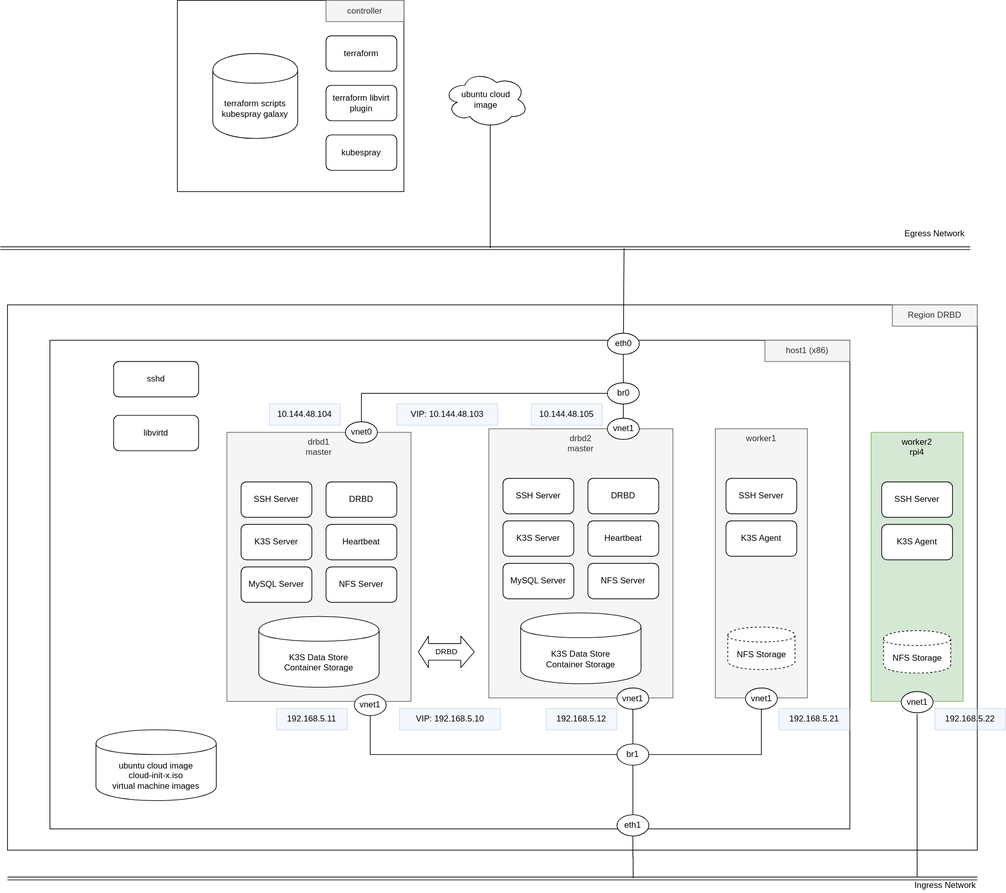
fcwu/kubenetes-learning-note keeps this draw.io diagram as terraform/assets/drbd.drawio.svg. Above is the earlier version. Source tidied: cells renumbered, new cells last; positions are measured from the earlier drawing's top-left corner, leaving out a move shared by most shapes.
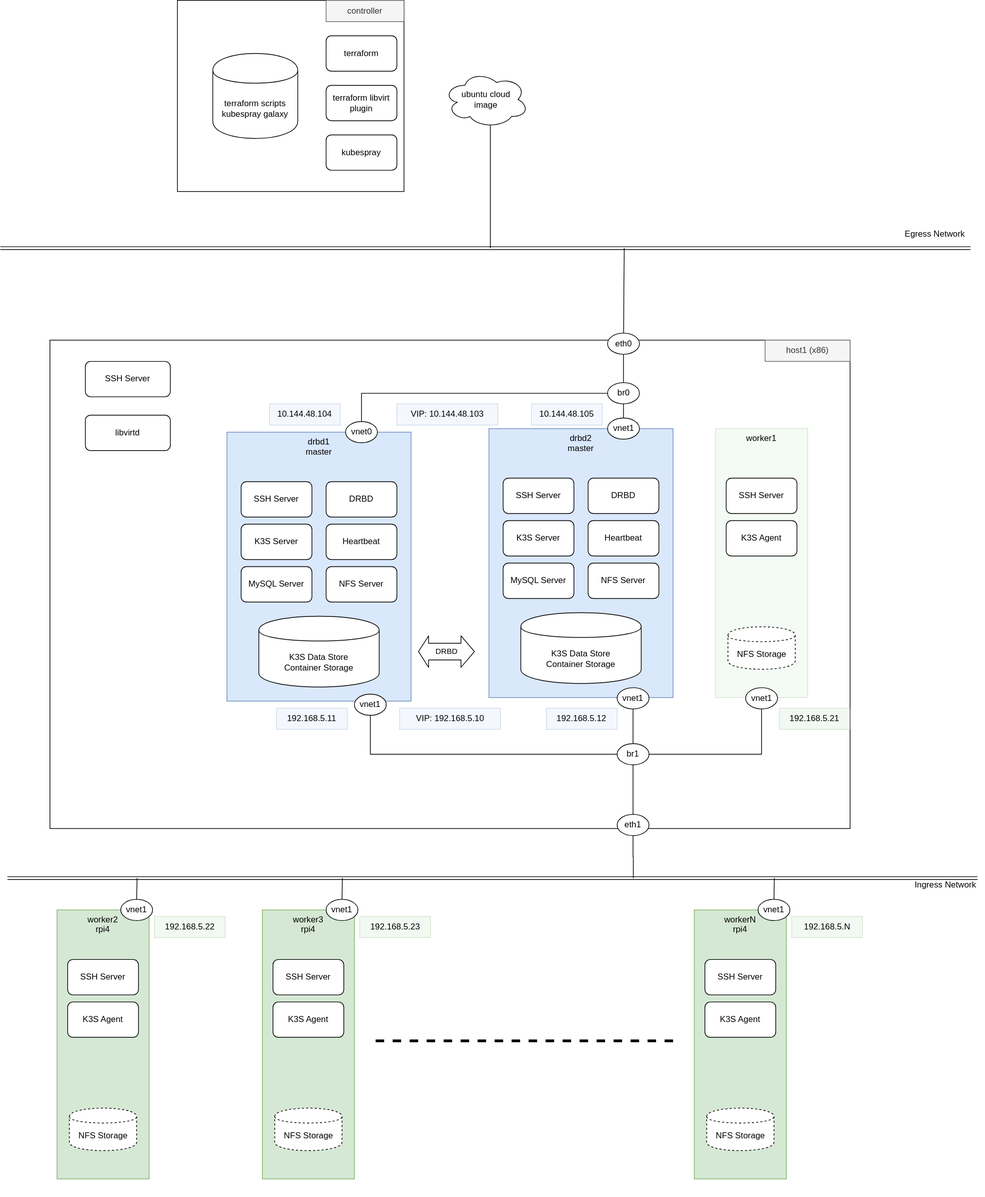
Later version of the same file.

What changed in the source:
```diff
@@ -2,9 +2,6 @@
   <root>
     <mxCell id="0" />
     <mxCell id="1" parent="0" />
-    <mxCell id="2" style="rounded=0;whiteSpace=wrap;html=1;" parent="1" vertex="1">
-      <mxGeometry x="10" y="430" width="1370" height="770" as="geometry" />
-    </mxCell>
     <mxCell id="3" style="rounded=0;whiteSpace=wrap;html=1;" parent="1" vertex="1">
       <mxGeometry x="70" y="480" width="1130" height="690" as="geometry" />
     </mxCell>
@@ -33,7 +30,7 @@
       <mxGeometry x="460" y="50" width="100" height="50" as="geometry" />
     </mxCell>
     <mxCell id="12" value="libvirtd" style="rounded=1;whiteSpace=wrap;html=1;" parent="1" vertex="1">
-      <mxGeometry x="160" y="586" width="120" height="50" as="geometry" />
+      <mxGeometry x="120" y="586" width="120" height="50" as="geometry" />
     </mxCell>
     <mxCell id="13" value="terraform libvirt plugin" style="rounded=1;whiteSpace=wrap;html=1;" parent="1" vertex="1">
       <mxGeometry x="460" y="120" width="100" height="50" as="geometry" />
@@ -63,17 +60,11 @@
         <mxPoint x="692" y="350" as="sourcePoint" />
       </mxGeometry>
     </mxCell>
-    <mxCell id="20" value="ubuntu cloud image&lt;br&gt;cloud-init-x.iso&lt;br&gt;virtual machine images" style="shape=cylinder;whiteSpace=wrap;html=1;boundedLbl=1;backgroundOutline=1;" parent="1" vertex="1">
-      <mxGeometry x="135" y="1030" width="170" height="100" as="geometry" />
-    </mxCell>
     <mxCell id="21" style="edgeStyle=orthogonalEdgeStyle;rounded=0;jettySize=auto;html=1;exitX=0.5;exitY=0;exitDx=0;exitDy=0;entryX=0.5;entryY=1;entryDx=0;entryDy=0;endArrow=none;endFill=0;" parent="1" edge="1" source="52" target="7">
       <mxGeometry relative="1" as="geometry" />
     </mxCell>
-    <mxCell id="22" value="Region DRBD" style="rounded=0;whiteSpace=wrap;html=1;fillColor=#f5f5f5;strokeColor=#666666;fontColor=#333333;" parent="1" vertex="1">
-      <mxGeometry x="1260" y="430" width="120" height="30" as="geometry" />
-    </mxCell>
-    <mxCell id="23" value="sshd" style="rounded=1;whiteSpace=wrap;html=1;" parent="1" vertex="1">
-      <mxGeometry x="160" y="510" width="120" height="50" as="geometry" />
+    <mxCell id="23" value="SSH Server" style="rounded=1;whiteSpace=wrap;html=1;" parent="1" vertex="1">
+      <mxGeometry x="120" y="510" width="120" height="50" as="geometry" />
     </mxCell>
     <mxCell id="24" style="edgeStyle=orthogonalEdgeStyle;rounded=0;jettySize=auto;html=1;exitX=0.5;exitY=0;exitDx=0;exitDy=0;endArrow=none;endFill=0;" parent="1" edge="1" source="27" target="50">
       <mxGeometry relative="1" as="geometry" />
@@ -92,7 +83,7 @@
     <mxCell id="28" style="group;" parent="1" vertex="1">
       <mxGeometry x="320" y="595" width="260" height="405" as="geometry" />
     </mxCell>
-    <mxCell id="29" value="drbd1&lt;br&gt;master" style="rounded=0;whiteSpace=wrap;html=1;verticalAlign=top;fillColor=#f5f5f5;strokeColor=#666666;fontColor=#333333;" parent="28" vertex="1">
+    <mxCell id="29" value="drbd1&lt;br&gt;master" style="rounded=0;whiteSpace=wrap;html=1;verticalAlign=top;fillColor=#dae8fc;strokeColor=#6c8ebf;" parent="28" vertex="1">
       <mxGeometry y="15" width="260" height="380" as="geometry" />
     </mxCell>
     <mxCell id="30" value="vnet0" style="ellipse;whiteSpace=wrap;html=1;" parent="28" vertex="1">
@@ -137,7 +128,7 @@
     <mxCell id="42" style="group;" parent="41" vertex="1">
       <mxGeometry width="260" height="420" as="geometry" />
     </mxCell>
-    <mxCell id="43" value="drbd2&lt;br&gt;master" style="rounded=0;whiteSpace=wrap;html=1;verticalAlign=top;fillColor=#f5f5f5;strokeColor=#666666;fontColor=#333333;" parent="42" vertex="1">
+    <mxCell id="43" value="drbd2&lt;br&gt;master" style="rounded=0;whiteSpace=wrap;html=1;verticalAlign=top;fillColor=#dae8fc;strokeColor=#6c8ebf;" parent="42" vertex="1">
       <mxGeometry y="15" width="260" height="380" as="geometry" />
     </mxCell>
     <mxCell id="44" value="K3S Data Store&lt;br&gt;Container Storage" style="shape=cylinder;whiteSpace=wrap;html=1;boundedLbl=1;backgroundOutline=1;" parent="42" vertex="1">
@@ -173,7 +164,7 @@
     <mxCell id="54" style="group;" parent="53" vertex="1">
       <mxGeometry width="130" height="420" as="geometry" />
     </mxCell>
-    <mxCell id="55" value="worker1" style="rounded=0;whiteSpace=wrap;html=1;verticalAlign=top;fillColor=#f5f5f5;strokeColor=#666666;fontColor=#333333;" parent="54" vertex="1">
+    <mxCell id="55" value="worker1" style="rounded=0;whiteSpace=wrap;html=1;verticalAlign=top;fillColor=#DAEDD9;strokeColor=#82b366;opacity=30;" parent="54" vertex="1">
       <mxGeometry y="15" width="130" height="380" as="geometry" />
     </mxCell>
     <mxCell id="56" value="vnet1" style="ellipse;whiteSpace=wrap;html=1;" parent="54" vertex="1">
@@ -189,7 +180,7 @@
       <mxGeometry x="17.5" y="295" width="95" height="60" as="geometry" />
     </mxCell>
     <mxCell id="60" style="group;" parent="1" vertex="1">
-      <mxGeometry x="1230" y="595" width="130" height="420" as="geometry" />
+      <mxGeometry x="80" y="1270" width="130" height="420" as="geometry" />
     </mxCell>
     <mxCell id="61" style="group;" parent="60" vertex="1">
       <mxGeometry width="130" height="420" as="geometry" />
@@ -198,7 +189,7 @@
       <mxGeometry y="15" width="130" height="380" as="geometry" />
     </mxCell>
     <mxCell id="63" value="vnet1" style="ellipse;whiteSpace=wrap;html=1;" parent="61" vertex="1">
-      <mxGeometry x="42.5" y="381" width="45" height="30" as="geometry" />
+      <mxGeometry x="90" width="45" height="30" as="geometry" />
     </mxCell>
     <mxCell id="64" value="SSH Server" style="rounded=1;whiteSpace=wrap;html=1;" parent="61" vertex="1">
       <mxGeometry x="15" y="85" width="100" height="50" as="geometry" />
@@ -215,12 +206,6 @@
         <mxPoint x="1380" y="1240" as="targetPoint" />
       </mxGeometry>
     </mxCell>
-    <mxCell id="68" style="edgeStyle=orthogonalEdgeStyle;rounded=0;orthogonalLoop=1;jettySize=auto;html=1;endArrow=none;endFill=0;" parent="1" edge="1">
-      <mxGeometry relative="1" as="geometry">
-        <mxPoint x="1295" y="1008" as="sourcePoint" />
-        <mxPoint x="1295" y="1238" as="targetPoint" />
-      </mxGeometry>
-    </mxCell>
     <mxCell id="69" value="VIP: 10.144.48.103" style="rounded=0;whiteSpace=wrap;html=1;fillColor=#dae8fc;opacity=30;strokeColor=#6c8ebf;align=center;" parent="1" vertex="1">
       <mxGeometry x="560" y="570" width="142.5" height="30" as="geometry" />
     </mxCell>
@@ -251,11 +236,80 @@
     <mxCell id="78" value="Ingress Network" style="text;html=1;strokeColor=none;fillColor=none;align=center;verticalAlign=middle;whiteSpace=wrap;rounded=0;opacity=30;" parent="1" vertex="1">
       <mxGeometry x="1280" y="1240" width="110" height="20" as="geometry" />
     </mxCell>
-    <mxCell id="79" value="192.168.5.21" style="rounded=0;whiteSpace=wrap;html=1;fillColor=#dae8fc;opacity=30;strokeColor=#6c8ebf;align=center;" parent="1" vertex="1">
+    <mxCell id="79" value="192.168.5.21" style="rounded=0;whiteSpace=wrap;html=1;fillColor=#d5e8d4;opacity=30;strokeColor=#82b366;align=center;" parent="1" vertex="1">
       <mxGeometry x="1100" y="1000" width="100" height="30" as="geometry" />
     </mxCell>
-    <mxCell id="80" value="192.168.5.22" style="rounded=0;whiteSpace=wrap;html=1;fillColor=#dae8fc;opacity=30;strokeColor=#6c8ebf;align=center;" parent="1" vertex="1">
-      <mxGeometry x="1320" y="1000" width="100" height="30" as="geometry" />
+    <mxCell id="80" value="192.168.5.22" style="rounded=0;whiteSpace=wrap;html=1;fillColor=#d5e8d4;opacity=30;strokeColor=#82b366;align=center;" parent="1" vertex="1">
+      <mxGeometry x="217.5" y="1294" width="100" height="30" as="geometry" />
     </mxCell>
+    <mxCell id="81" style="group;" parent="1" vertex="1">
+      <mxGeometry x="980" y="1270" width="130" height="420" as="geometry" />
+    </mxCell>
+    <mxCell id="82" style="group;" parent="81" vertex="1">
+      <mxGeometry width="130" height="420" as="geometry" />
+    </mxCell>
+    <mxCell id="83" value="workerN&lt;br&gt;rpi4" style="rounded=0;whiteSpace=wrap;html=1;verticalAlign=top;fillColor=#d5e8d4;strokeColor=#82b366;" parent="82" vertex="1">
+      <mxGeometry y="15" width="130" height="380" as="geometry" />
+    </mxCell>
+    <mxCell id="84" value="vnet1" style="ellipse;whiteSpace=wrap;html=1;" parent="82" vertex="1">
+      <mxGeometry x="90" width="45" height="30" as="geometry" />
+    </mxCell>
+    <mxCell id="85" value="SSH Server" style="rounded=1;whiteSpace=wrap;html=1;" parent="82" vertex="1">
+      <mxGeometry x="15" y="85" width="100" height="50" as="geometry" />
+    </mxCell>
+    <mxCell id="86" value="K3S Agent" style="rounded=1;whiteSpace=wrap;html=1;" parent="82" vertex="1">
+      <mxGeometry x="15" y="145" width="100" height="50" as="geometry" />
+    </mxCell>
+    <mxCell id="87" value="NFS Storage" style="shape=cylinder;whiteSpace=wrap;html=1;boundedLbl=1;backgroundOutline=1;dashed=1;" parent="82" vertex="1">
+      <mxGeometry x="17.5" y="295" width="95" height="60" as="geometry" />
+    </mxCell>
+    <mxCell id="88" value="192.168.5.N" style="rounded=0;whiteSpace=wrap;html=1;fillColor=#d5e8d4;opacity=30;strokeColor=#82b366;align=center;" parent="1" vertex="1">
+      <mxGeometry x="1117.5" y="1294" width="100" height="30" as="geometry" />
+    </mxCell>
+    <mxCell id="89" style="group;" parent="1" vertex="1">
+      <mxGeometry x="370" y="1270" width="130" height="420" as="geometry" />
+    </mxCell>
+    <mxCell id="90" style="group;" parent="89" vertex="1">
+      <mxGeometry width="130" height="420" as="geometry" />
+    </mxCell>
+    <mxCell id="91" value="worker3&lt;br&gt;rpi4" style="rounded=0;whiteSpace=wrap;html=1;verticalAlign=top;fillColor=#d5e8d4;strokeColor=#82b366;" parent="90" vertex="1">
+      <mxGeometry y="15" width="130" height="380" as="geometry" />
+    </mxCell>
+    <mxCell id="92" value="vnet1" style="ellipse;whiteSpace=wrap;html=1;" parent="90" vertex="1">
+      <mxGeometry x="90" width="45" height="30" as="geometry" />
+    </mxCell>
+    <mxCell id="93" value="SSH Server" style="rounded=1;whiteSpace=wrap;html=1;" parent="90" vertex="1">
+      <mxGeometry x="15" y="85" width="100" height="50" as="geometry" />
+    </mxCell>
+    <mxCell id="94" value="K3S Agent" style="rounded=1;whiteSpace=wrap;html=1;" parent="90" vertex="1">
+      <mxGeometry x="15" y="145" width="100" height="50" as="geometry" />
+    </mxCell>
+    <mxCell id="95" value="NFS Storage" style="shape=cylinder;whiteSpace=wrap;html=1;boundedLbl=1;backgroundOutline=1;dashed=1;" parent="90" vertex="1">
+      <mxGeometry x="17.5" y="295" width="95" height="60" as="geometry" />
+    </mxCell>
+    <mxCell id="96" value="192.168.5.23" style="rounded=0;whiteSpace=wrap;html=1;fillColor=#d5e8d4;opacity=30;strokeColor=#82b366;align=center;" parent="1" vertex="1">
+      <mxGeometry x="507.5" y="1294" width="100" height="30" as="geometry" />
+    </mxCell>
+    <mxCell id="97" style="edgeStyle=orthogonalEdgeStyle;rounded=0;jettySize=auto;html=1;exitX=0.5;exitY=0;exitDx=0;exitDy=0;endArrow=none;endFill=0;" parent="1" edge="1" source="63">
+      <mxGeometry relative="1" as="geometry">
+        <mxPoint x="193" y="1240" as="targetPoint" />
+      </mxGeometry>
+    </mxCell>
+    <mxCell id="98" style="edgeStyle=orthogonalEdgeStyle;rounded=0;jettySize=auto;html=1;exitX=0.5;exitY=0;exitDx=0;exitDy=0;endArrow=none;endFill=0;" parent="1" edge="1" source="92">
+      <mxGeometry relative="1" as="geometry">
+        <mxPoint x="483" y="1240" as="targetPoint" />
+      </mxGeometry>
+    </mxCell>
+    <mxCell id="99" style="edgeStyle=orthogonalEdgeStyle;rounded=0;jettySize=auto;html=1;exitX=0.5;exitY=0;exitDx=0;exitDy=0;endArrow=none;endFill=0;" parent="1" edge="1" source="84">
+      <mxGeometry relative="1" as="geometry">
+        <mxPoint x="1093" y="1240" as="targetPoint" />
+      </mxGeometry>
+    </mxCell>
+    <mxCell id="100" style="endArrow=none;dashed=1;html=1;strokeWidth=4;" parent="1" edge="1">
+      <mxGeometry relative="1" as="geometry">
+        <mxPoint x="530" y="1470" as="sourcePoint" />
+        <mxPoint x="960" y="1470" as="targetPoint" />
+      </mxGeometry>
+    </mxCell>
   </root>
 </mxGraphModel>
```
